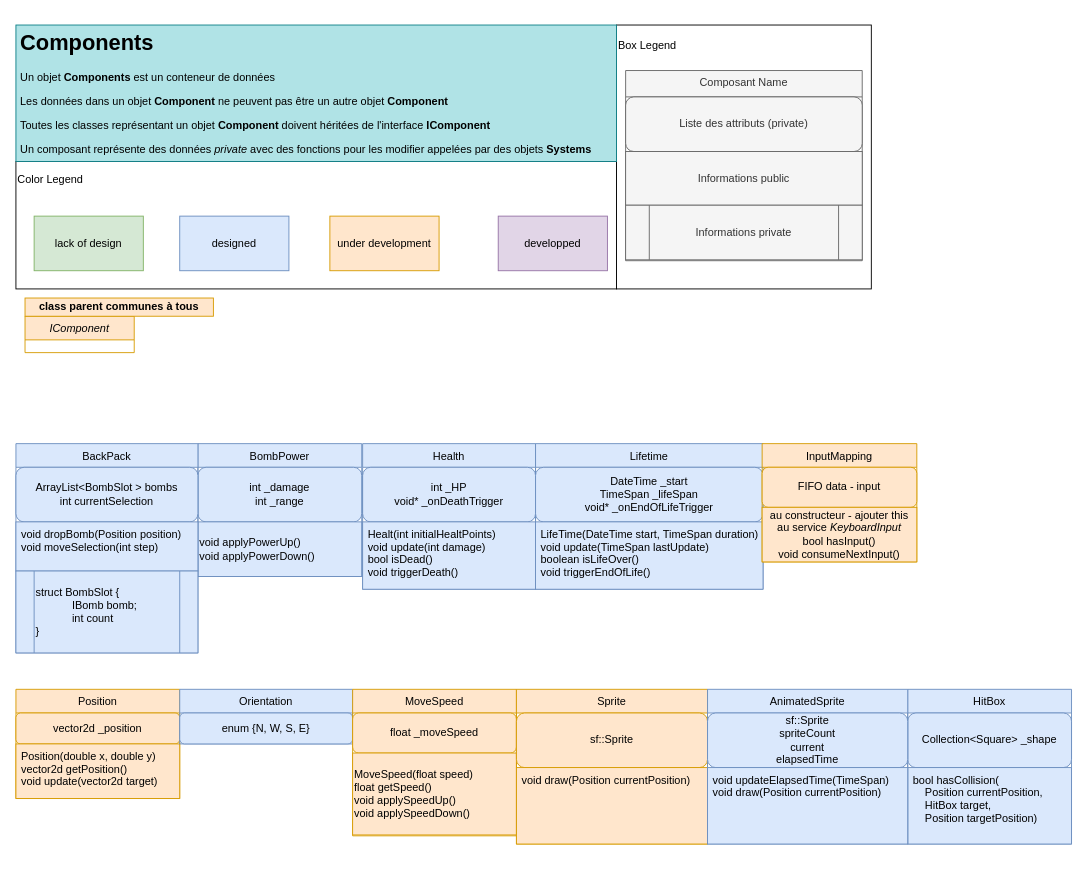
Above: page "Components" (2 of 5) of doc/UMLGeneralFramework.drawio in Kragoum/BomberKnight (draw.io), before the change. Source tidied: cells renumbered, new cells numbered last; positions are measured from the earlier drawing's top-left corner, leaving out a move shared by most shapes. Both pictures are drawn from the tidied source at 91%, with x=0, y=0 at pixel (15, 25).
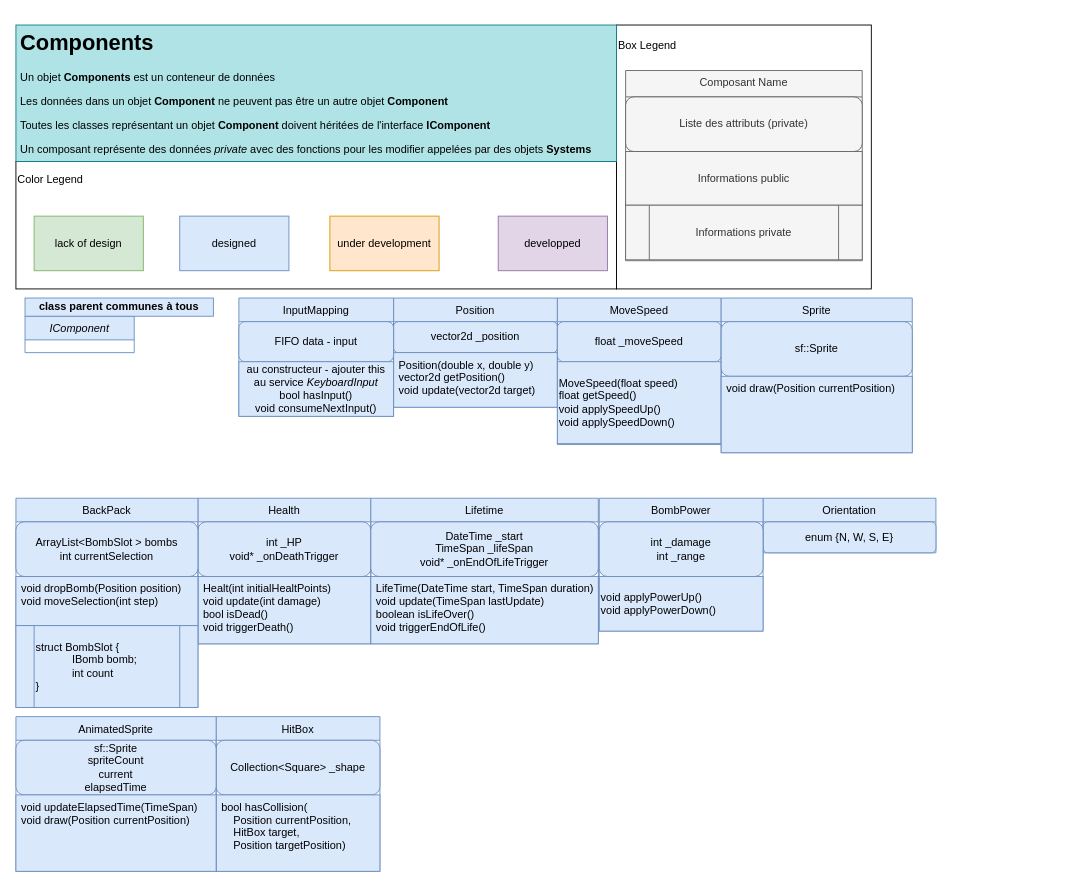
The same page after the edit.

Diff of the diagram source:
```diff
@@
     <mxCell id="2" value="Health" style="swimlane;fontStyle=0;align=center;verticalAlign=top;horizontal=1;startSize=26;rounded=0;shadow=0;strokeWidth=1;fillColor=#dae8fc;strokeColor=#6c8ebf;" parent="1" vertex="1">
-      <mxGeometry x="381" y="460" width="190" height="160" as="geometry" />
+      <mxGeometry x="200" y="520" width="190" height="160" as="geometry" />
     </mxCell>
@@
     <mxCell id="5" value="Lifetime" style="swimlane;fontStyle=0;align=center;verticalAlign=top;horizontal=1;startSize=26;rounded=0;shadow=0;strokeWidth=1;fillColor=#dae8fc;strokeColor=#6c8ebf;" parent="1" vertex="1">
-      <mxGeometry x="571" y="460" width="250" height="160" as="geometry" />
+      <mxGeometry x="390" y="520" width="250" height="160" as="geometry" />
     </mxCell>
@@
-    <mxCell id="8" value="Position" style="swimlane;fontStyle=0;align=center;verticalAlign=top;horizontal=1;startSize=26;rounded=0;shadow=0;strokeWidth=1;fillColor=#ffe6cc;strokeColor=#d79b00;" parent="1" vertex="1">
-      <mxGeometry y="730" width="180" height="120" as="geometry" />
+    <mxCell id="8" value="Position" style="swimlane;fontStyle=0;align=center;verticalAlign=top;horizontal=1;startSize=26;rounded=0;shadow=0;strokeWidth=1;fillColor=#dae8fc;strokeColor=#6c8ebf;" parent="1" vertex="1">
+      <mxGeometry x="415" y="300" width="180" height="120" as="geometry" />
     </mxCell>
-    <mxCell id="9" value="&lt;span style=&quot;text-align: left;&quot;&gt;vector2d _position&lt;/span&gt;" style="rounded=1;whiteSpace=wrap;html=1;labelBackgroundColor=none;fillColor=#ffe6cc;strokeColor=#d79b00;" parent="8" vertex="1">
+    <mxCell id="9" value="&lt;span style=&quot;text-align: left;&quot;&gt;vector2d _position&lt;/span&gt;" style="rounded=1;whiteSpace=wrap;html=1;labelBackgroundColor=none;fillColor=#dae8fc;strokeColor=#6c8ebf;" parent="8" vertex="1">
       <mxGeometry y="26" width="180" height="34" as="geometry" />
     </mxCell>
-    <mxCell id="10" value="Position(double x, double y)&#10;vector2d getPosition()&#10;void update(vector2d target)" style="text;align=left;verticalAlign=top;spacingLeft=4;spacingRight=4;overflow=hidden;fillColor=#ffe6cc;strokeColor=#d79b00;" parent="8" vertex="1">
+    <mxCell id="10" value="Position(double x, double y)&#10;vector2d getPosition()&#10;void update(vector2d target)" style="text;align=left;verticalAlign=top;spacingLeft=4;spacingRight=4;overflow=hidden;fillColor=#dae8fc;strokeColor=#6c8ebf;" parent="8" vertex="1">
       <mxGeometry y="60" width="180" height="60" as="geometry" />
     </mxCell>
     <mxCell id="11" value="Orientation" style="swimlane;fontStyle=0;align=center;verticalAlign=top;horizontal=1;startSize=26;rounded=0;shadow=0;strokeWidth=1;fillColor=#dae8fc;strokeColor=#6c8ebf;" parent="1" vertex="1">
-      <mxGeometry x="180" y="730" width="190" height="60" as="geometry" />
+      <mxGeometry x="821" y="520" width="190" height="60" as="geometry" />
     </mxCell>
@@
     <mxCell id="13" value="BombPower" style="swimlane;fontStyle=0;align=center;verticalAlign=top;horizontal=1;startSize=26;rounded=0;shadow=0;strokeWidth=1;fillColor=#dae8fc;strokeColor=#6c8ebf;" parent="1" vertex="1">
-      <mxGeometry x="200" y="460" width="180" height="146" as="geometry" />
+      <mxGeometry x="641" y="520" width="180" height="146" as="geometry" />
     </mxCell>
@@
-    <mxCell id="16" value="MoveSpeed" style="swimlane;fontStyle=0;align=center;verticalAlign=top;horizontal=1;startSize=26;rounded=0;shadow=0;strokeWidth=1;fillColor=#ffe6cc;strokeColor=#d79b00;" parent="1" vertex="1">
-      <mxGeometry x="370" y="730" width="180" height="161" as="geometry" />
+    <mxCell id="16" value="MoveSpeed" style="swimlane;fontStyle=0;align=center;verticalAlign=top;horizontal=1;startSize=26;rounded=0;shadow=0;strokeWidth=1;fillColor=#dae8fc;strokeColor=#6c8ebf;" parent="1" vertex="1">
+      <mxGeometry x="595" y="300" width="180" height="161" as="geometry" />
     </mxCell>
-    <mxCell id="17" value="float _moveSpeed" style="rounded=1;whiteSpace=wrap;html=1;labelBackgroundColor=none;fillColor=#ffe6cc;strokeColor=#d79b00;" parent="16" vertex="1">
+    <mxCell id="17" value="float _moveSpeed" style="rounded=1;whiteSpace=wrap;html=1;labelBackgroundColor=none;fillColor=#dae8fc;strokeColor=#6c8ebf;" parent="16" vertex="1">
       <mxGeometry y="26" width="180" height="44" as="geometry" />
     </mxCell>
-    <mxCell id="18" value="MoveSpeed(float speed)&lt;br&gt;float getSpeed()&lt;br&gt;void applySpeedUp()&lt;br&gt;void applySpeedDown()" style="rounded=0;whiteSpace=wrap;html=1;labelBackgroundColor=none;fillColor=#ffe6cc;strokeColor=#d79b00;align=left;" parent="16" vertex="1">
+    <mxCell id="18" value="MoveSpeed(float speed)&lt;br&gt;float getSpeed()&lt;br&gt;void applySpeedUp()&lt;br&gt;void applySpeedDown()" style="rounded=0;whiteSpace=wrap;html=1;labelBackgroundColor=none;fillColor=#dae8fc;strokeColor=#6c8ebf;align=left;" parent="16" vertex="1">
       <mxGeometry y="70" width="180" height="90" as="geometry" />
     </mxCell>
-    <mxCell id="19" value="Sprite" style="swimlane;fontStyle=0;align=center;verticalAlign=top;horizontal=1;startSize=26;rounded=0;shadow=0;strokeWidth=1;fillColor=#ffe6cc;strokeColor=#d79b00;" parent="1" vertex="1">
-      <mxGeometry x="550" y="730" width="210" height="170" as="geometry" />
+    <mxCell id="19" value="Sprite" style="swimlane;fontStyle=0;align=center;verticalAlign=top;horizontal=1;startSize=26;rounded=0;shadow=0;strokeWidth=1;fillColor=#dae8fc;strokeColor=#6c8ebf;" parent="1" vertex="1">
+      <mxGeometry x="775" y="300" width="210" height="170" as="geometry" />
     </mxCell>
-    <mxCell id="20" value="&lt;span style=&quot;&quot;&gt;sf::Sprite&lt;br&gt;&lt;/span&gt;" style="rounded=1;whiteSpace=wrap;html=1;labelBackgroundColor=none;fillColor=#ffe6cc;strokeColor=#d79b00;" parent="19" vertex="1">
+    <mxCell id="20" value="&lt;span style=&quot;&quot;&gt;sf::Sprite&lt;br&gt;&lt;/span&gt;" style="rounded=1;whiteSpace=wrap;html=1;labelBackgroundColor=none;fillColor=#dae8fc;strokeColor=#6c8ebf;" parent="19" vertex="1">
       <mxGeometry y="26" width="210" height="60" as="geometry" />
     </mxCell>
-    <mxCell id="21" value="void draw(Position currentPosition)" style="text;align=left;verticalAlign=top;spacingLeft=4;spacingRight=4;overflow=hidden;rounded=0;shadow=0;html=0;fillColor=#ffe6cc;strokeColor=#d79b00;" parent="19" vertex="1">
+    <mxCell id="21" value="void draw(Position currentPosition)" style="text;align=left;verticalAlign=top;spacingLeft=4;spacingRight=4;overflow=hidden;rounded=0;shadow=0;html=0;fillColor=#dae8fc;strokeColor=#6c8ebf;" parent="19" vertex="1">
       <mxGeometry y="86" width="210" height="84" as="geometry" />
     </mxCell>
@@
     <mxCell id="28" value="HitBox" style="swimlane;fontStyle=0;align=center;verticalAlign=top;horizontal=1;startSize=26;rounded=0;shadow=0;strokeWidth=1;fillColor=#dae8fc;strokeColor=#6c8ebf;" parent="1" vertex="1">
-      <mxGeometry x="980" y="730" width="180" height="170" as="geometry" />
+      <mxGeometry x="220" y="760" width="180" height="170" as="geometry" />
     </mxCell>
@@
     <mxCell id="31" value="BackPack" style="swimlane;fontStyle=0;align=center;verticalAlign=top;horizontal=1;startSize=26;rounded=0;shadow=0;strokeWidth=1;fillColor=#dae8fc;strokeColor=#6c8ebf;" parent="1" vertex="1">
-      <mxGeometry y="460" width="200" height="230" as="geometry" />
+      <mxGeometry y="520" width="200" height="230" as="geometry" />
     </mxCell>
@@
-    <mxCell id="41" value="InputMapping" style="swimlane;fontStyle=0;align=center;verticalAlign=top;horizontal=1;startSize=26;rounded=0;shadow=0;strokeWidth=1;fillColor=#ffe6cc;strokeColor=#d79b00;" parent="1" vertex="1">
-      <mxGeometry x="820" y="460" width="170" height="130" as="geometry" />
+    <mxCell id="41" value="InputMapping" style="swimlane;fontStyle=0;align=center;verticalAlign=top;horizontal=1;startSize=26;rounded=0;shadow=0;strokeWidth=1;fillColor=#dae8fc;strokeColor=#6c8ebf;" parent="1" vertex="1">
+      <mxGeometry x="245" y="300" width="170" height="130" as="geometry" />
     </mxCell>
-    <mxCell id="42" value="FIFO data - input" style="rounded=1;whiteSpace=wrap;html=1;labelBackgroundColor=none;fillColor=#ffe6cc;strokeColor=#d79b00;" parent="41" vertex="1">
+    <mxCell id="42" value="FIFO data - input" style="rounded=1;whiteSpace=wrap;html=1;labelBackgroundColor=none;fillColor=#dae8fc;strokeColor=#6c8ebf;" parent="41" vertex="1">
       <mxGeometry y="26" width="170" height="44" as="geometry" />
     </mxCell>
-    <mxCell id="43" value="au constructeur - ajouter this au service&amp;nbsp;&lt;span style=&quot;font-style: italic;&quot;&gt;KeyboardInput&lt;/span&gt;&lt;br&gt;bool hasInput()&lt;br&gt;void consumeNextInput()" style="rounded=0;whiteSpace=wrap;html=1;fillColor=#ffe6cc;strokeColor=#d79b00;" parent="41" vertex="1">
+    <mxCell id="43" value="au constructeur - ajouter this au service&amp;nbsp;&lt;span style=&quot;font-style: italic;&quot;&gt;KeyboardInput&lt;/span&gt;&lt;br&gt;bool hasInput()&lt;br&gt;void consumeNextInput()" style="rounded=0;whiteSpace=wrap;html=1;fillColor=#dae8fc;strokeColor=#6c8ebf;" parent="41" vertex="1">
       <mxGeometry y="70" width="170" height="60" as="geometry" />
     </mxCell>
     <mxCell id="44" value="AnimatedSprite" style="swimlane;fontStyle=0;align=center;verticalAlign=top;horizontal=1;startSize=26;rounded=0;shadow=0;strokeWidth=1;fillColor=#dae8fc;strokeColor=#6c8ebf;" parent="1" vertex="1">
-      <mxGeometry x="760" y="730" width="220" height="170" as="geometry" />
+      <mxGeometry y="760" width="220" height="170" as="geometry" />
     </mxCell>
@@
-    <mxCell id="48" value="IComponent" style="swimlane;fontStyle=2;align=center;verticalAlign=top;horizontal=1;startSize=26;rounded=0;shadow=0;strokeWidth=1;fillColor=#ffe6cc;strokeColor=#d79b00;" parent="1" vertex="1">
+    <mxCell id="48" value="IComponent" style="swimlane;fontStyle=2;align=center;verticalAlign=top;horizontal=1;startSize=26;rounded=0;shadow=0;strokeWidth=1;fillColor=#dae8fc;strokeColor=#6c8ebf;" parent="1" vertex="1">
       <mxGeometry x="10" y="320" width="120" height="40" as="geometry" />
     </mxCell>
-    <mxCell id="49" value="&lt;b&gt;class parent communes à tous&lt;/b&gt;" style="rounded=0;whiteSpace=wrap;html=1;fillColor=#ffe6cc;strokeColor=#d79b00;" parent="1" vertex="1">
+    <mxCell id="49" value="&lt;b&gt;class parent communes à tous&lt;/b&gt;" style="rounded=0;whiteSpace=wrap;html=1;fillColor=#dae8fc;strokeColor=#6c8ebf;" parent="1" vertex="1">
       <mxGeometry x="10" y="300" width="207" height="20" as="geometry" />
     </mxCell>
```
